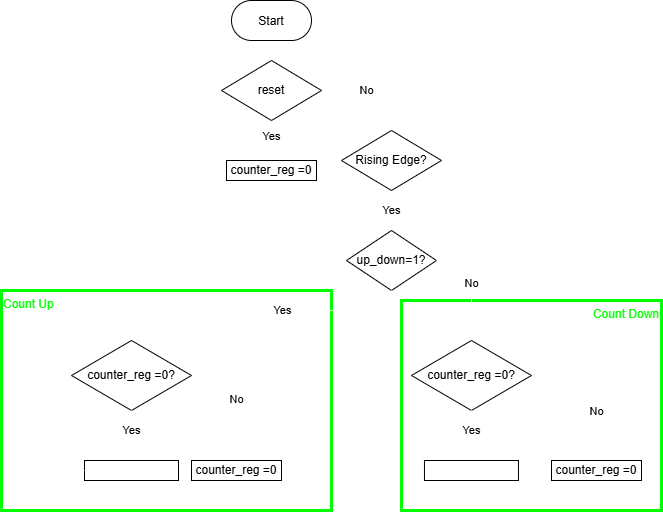
Above: 1/img/AOV.png in gordonpow/lab_hardware_test (draw.io), before the change. Source tidied: cells renumbered, new cells last; positions are measured from the earlier drawing's top-left corner, leaving out a move shared by most shapes.
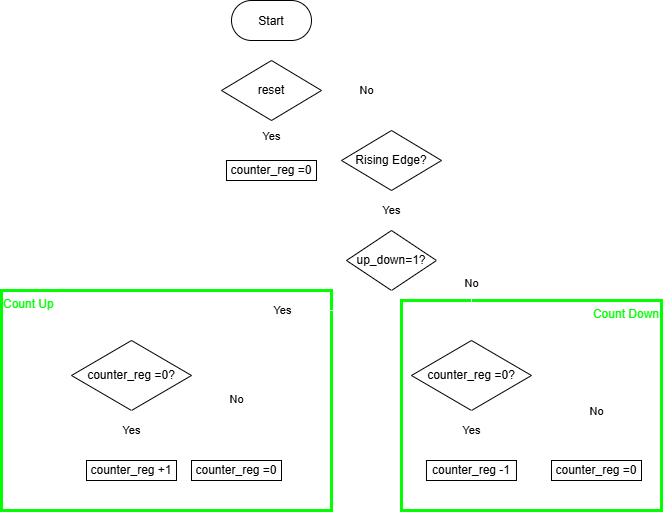
Later version of the same file.

Commit message:
fix : Question 1 img_MSC of readme.md

Diff of the diagram source:
```diff
@@ -56,11 +56,10 @@
     <mxCell id="14" value="counter_reg =0?" style="rhombus;whiteSpace=wrap;html=1;" parent="1" vertex="1">
       <mxGeometry x="70" y="340" width="120" height="70" as="geometry" />
     </mxCell>
-    <mxCell id="15" value="&lt;span style=&quot;font-family: Helvetica; font-size: 12px; font-style: normal; font-variant-ligatures: normal; font-variant-caps: normal; font-weight: 400; letter-spacing: normal; orphans: 2; text-align: center; text-indent: 0px; text-transform: none; widows: 2; word-spacing: 0px; -webkit-text-stroke-width: 0px; text-decoration-thickness: initial; text-decoration-style: initial; text-decoration-color: initial; float: none; display: inline !important;&quot;&gt;&lt;font color=&quot;#ffffff&quot;&gt;counter_reg++&amp;nbsp;&lt;/font&gt;&lt;/span&gt;" style="rounded=0;whiteSpace=wrap;html=1;" parent="1" vertex="1">
-      <mxGeometry x="83" y="460" width="94" height="20" as="geometry" />
-    </mxCell>
-    <mxCell id="16" style="endArrow=classic;html=1;exitX=0.5;exitY=1;exitDx=0;exitDy=0;entryX=0.5;entryY=0;entryDx=0;entryDy=0;strokeColor=#FFFFFF;" parent="1" edge="1" source="14" target="15">
-      <mxGeometry relative="1" as="geometry" />
+    <mxCell id="16" style="endArrow=classic;html=1;exitX=0.5;exitY=1;exitDx=0;exitDy=0;entryX=0.5;entryY=0;entryDx=0;entryDy=0;strokeColor=#FFFFFF;" parent="1" edge="1" source="14">
+      <mxGeometry relative="1" as="geometry">
+        <mxPoint x="130" y="460" as="targetPoint" />
+      </mxGeometry>
     </mxCell>
     <mxCell id="17" value="Yes" style="edgeLabel;html=1;align=center;verticalAlign=middle;" parent="16" vertex="1">
       <mxGeometry x="-0.28" relative="1" as="geometry">
@@ -70,7 +69,7 @@
     <mxCell id="18" value="counter_reg =0" style="rounded=0;whiteSpace=wrap;html=1;" parent="1" vertex="1">
       <mxGeometry x="190" y="460" width="90" height="20" as="geometry" />
     </mxCell>
-    <mxCell id="19" style="endArrow=none;html=1;entryX=0;entryY=0.5;entryDx=0;entryDy=0;edgeStyle=orthogonalEdgeStyle;strokeColor=#FFFFFF;" parent="1" edge="1" target="15">
+    <mxCell id="19" style="endArrow=none;html=1;entryX=0;entryY=0.5;entryDx=0;entryDy=0;edgeStyle=orthogonalEdgeStyle;strokeColor=#FFFFFF;" parent="1" edge="1" target="34">
       <mxGeometry relative="1" as="geometry">
         <mxPoint x="130" y="310" as="sourcePoint" />
         <Array as="points">
@@ -114,7 +113,7 @@
     <mxCell id="28" value="counter_reg =0?" style="rhombus;whiteSpace=wrap;html=1;" parent="1" vertex="1">
       <mxGeometry x="410" y="340" width="120" height="70" as="geometry" />
     </mxCell>
-    <mxCell id="29" style="edgeStyle=none;html=1;exitX=1;exitY=0.5;exitDx=0;exitDy=0;strokeColor=#FFFFFF;" parent="1" edge="1" source="30">
+    <mxCell id="29" style="edgeStyle=none;html=1;exitX=1;exitY=0.5;exitDx=0;exitDy=0;strokeColor=#FFFFFF;" parent="1" edge="1" source="35">
       <mxGeometry relative="1" as="geometry">
         <mxPoint x="470" y="310" as="targetPoint" />
         <Array as="points">
@@ -123,11 +122,10 @@
         </Array>
       </mxGeometry>
     </mxCell>
-    <mxCell id="30" value="&lt;span style=&quot;font-family: Helvetica; font-size: 12px; font-style: normal; font-variant-ligatures: normal; font-variant-caps: normal; font-weight: 400; letter-spacing: normal; orphans: 2; text-align: center; text-indent: 0px; text-transform: none; widows: 2; word-spacing: 0px; -webkit-text-stroke-width: 0px; text-decoration-thickness: initial; text-decoration-style: initial; text-decoration-color: initial; float: none; display: inline !important;&quot;&gt;&lt;font color=&quot;#ffffff&quot;&gt;counter_reg++&amp;nbsp;&lt;/font&gt;&lt;/span&gt;" style="rounded=0;whiteSpace=wrap;html=1;" parent="1" vertex="1">
-      <mxGeometry x="423" y="460" width="94" height="20" as="geometry" />
-    </mxCell>
-    <mxCell id="31" style="endArrow=classic;html=1;exitX=0.5;exitY=1;exitDx=0;exitDy=0;entryX=0.5;entryY=0;entryDx=0;entryDy=0;strokeColor=#FFFFFF;" parent="1" edge="1" source="28" target="30">
-      <mxGeometry relative="1" as="geometry" />
+    <mxCell id="31" style="endArrow=classic;html=1;exitX=0.5;exitY=1;exitDx=0;exitDy=0;entryX=0.5;entryY=0;entryDx=0;entryDy=0;strokeColor=#FFFFFF;" parent="1" edge="1" source="28">
+      <mxGeometry relative="1" as="geometry">
+        <mxPoint x="470" y="460" as="targetPoint" />
+      </mxGeometry>
     </mxCell>
     <mxCell id="32" value="Yes" style="edgeLabel;html=1;align=center;verticalAlign=middle;" parent="31" vertex="1">
       <mxGeometry x="-0.28" relative="1" as="geometry">
@@ -137,5 +135,11 @@
     <mxCell id="33" value="counter_reg =0" style="rounded=0;whiteSpace=wrap;html=1;" parent="1" vertex="1">
       <mxGeometry x="550" y="460" width="90" height="20" as="geometry" />
     </mxCell>
+    <mxCell id="34" value="counter_reg +1" style="rounded=0;whiteSpace=wrap;html=1;" parent="1" vertex="1">
+      <mxGeometry x="85" y="460" width="90" height="20" as="geometry" />
+    </mxCell>
+    <mxCell id="35" value="counter_reg -1" style="rounded=0;whiteSpace=wrap;html=1;" parent="1" vertex="1">
+      <mxGeometry x="425" y="460" width="90" height="20" as="geometry" />
+    </mxCell>
   </root>
 </mxGraphModel>
```
